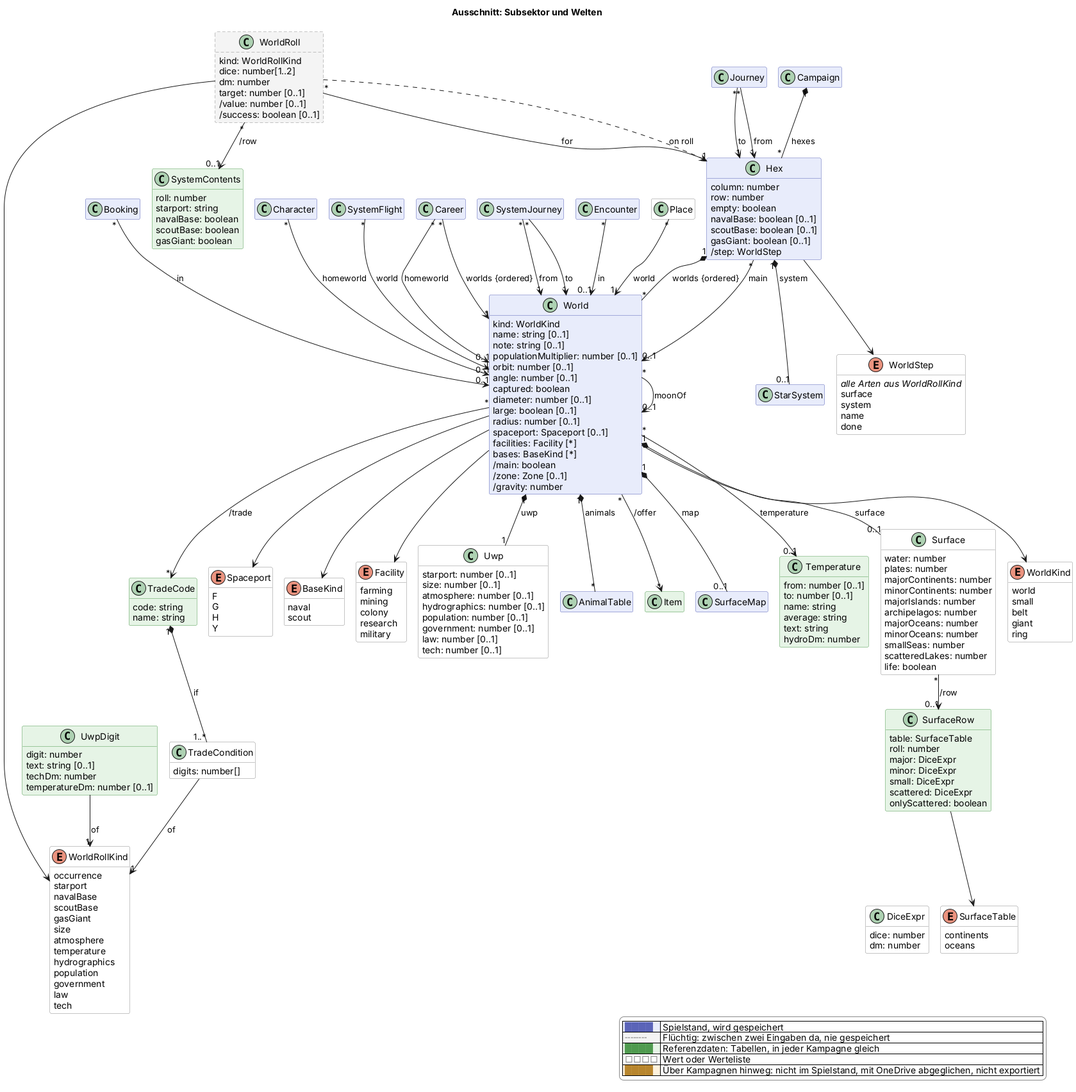
scuzzar/SRE keeps this PlantUML diagram as docs/views/sektor.png. Above is the earlier version.
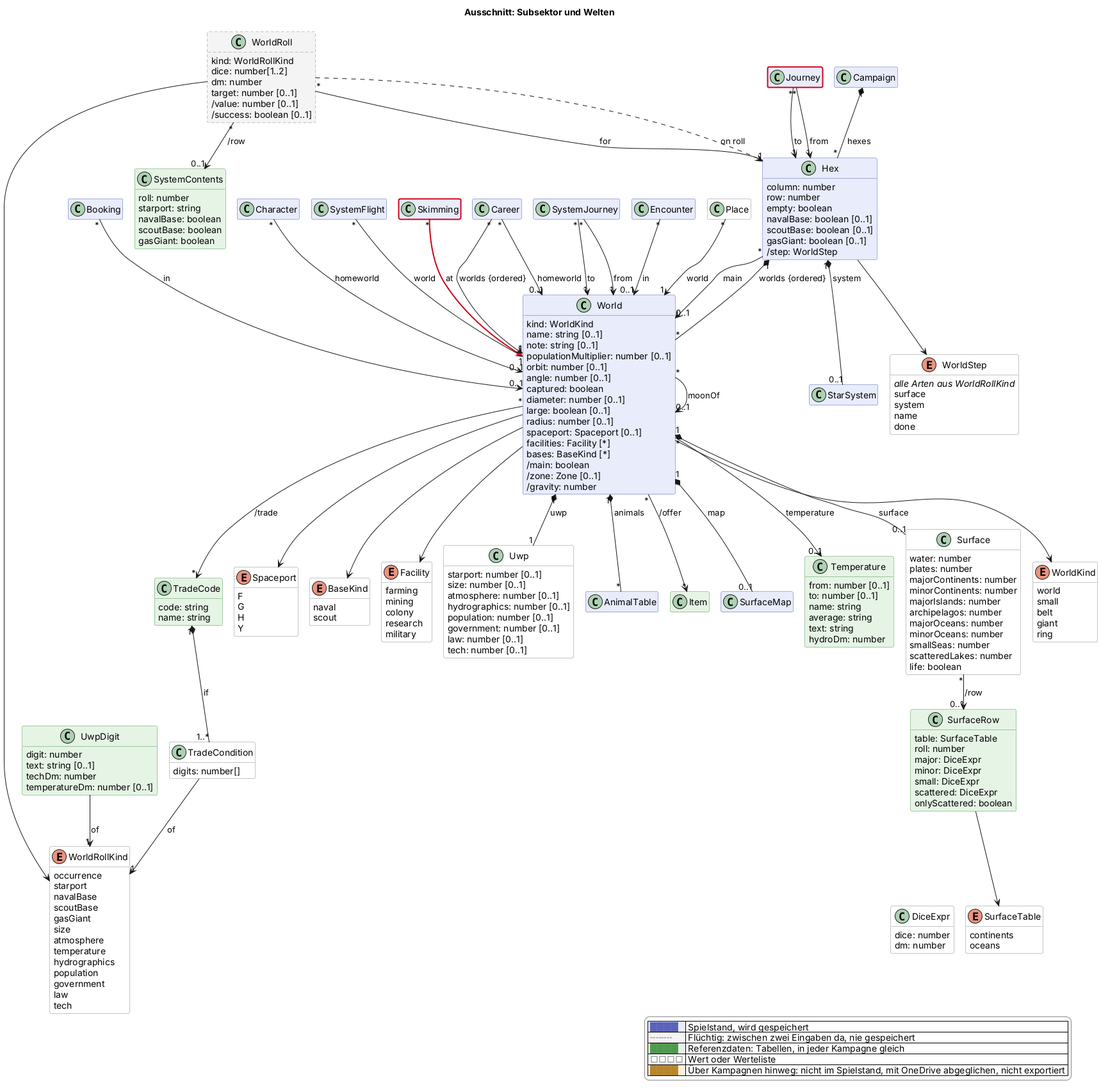
Above is the later version.

The edit, as a diff of the source:
```diff
@@ -76,6 +76,7 @@
 
   class SystemFlight $raum
   class StarSystem $raum
+  class Skimming $raum $newClass("2026-11-21b")
 
   class Career $erschaffung
 
@@ -245,6 +246,7 @@
 
 
 SystemFlight "*" --> "1" World : world
+Skimming "*" -$newArrow("2026-11-21b")-> "1" World : at
 Hex "1" *-- "0..1" StarSystem : system
 Hex "1" *-- "*" World : worlds {ordered}
 Hex "*" --> "0..1" World : main
@@ -301,4 +303,5 @@
   |<#ffffff> <color:#8a8a8a>□□□□</color> | Wert oder Werteliste |
   |<#fdf1dc> <color:#b8862e>████</color> | Über Kampagnen hinweg: nicht im Spielstand, mit OneDrive abgeglichen, nicht exportiert |
 endlegend
+class Journey #line:d0021b;line.bold
 @enduml
```
